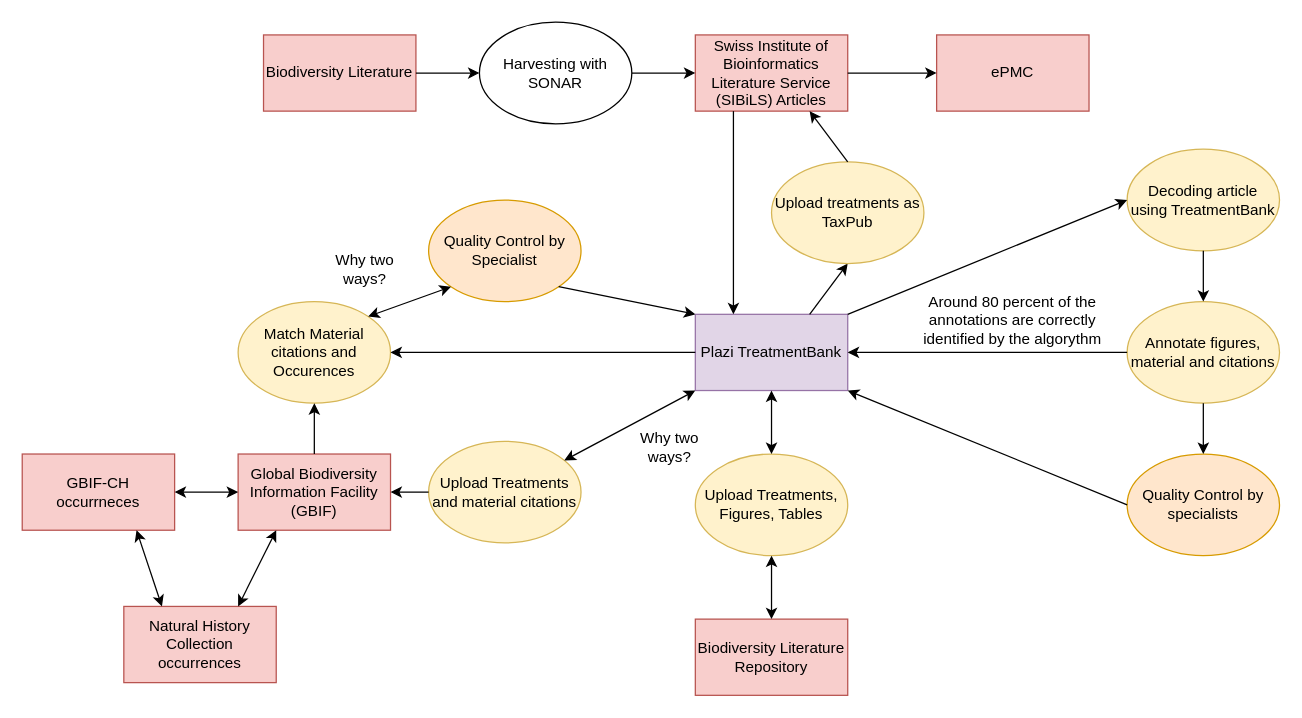
Above: Untitled Diagram.drawio in Sandervdbogaert/Sandervdbogaert (draw.io), before the change. Source tidied: cells renumbered, new cells numbered last; positions are measured from the earlier drawing's top-left corner, leaving out a move shared by most shapes. Both pictures are drawn from the tidied source at 127%, with x=0, y=0 at pixel (22, 22).
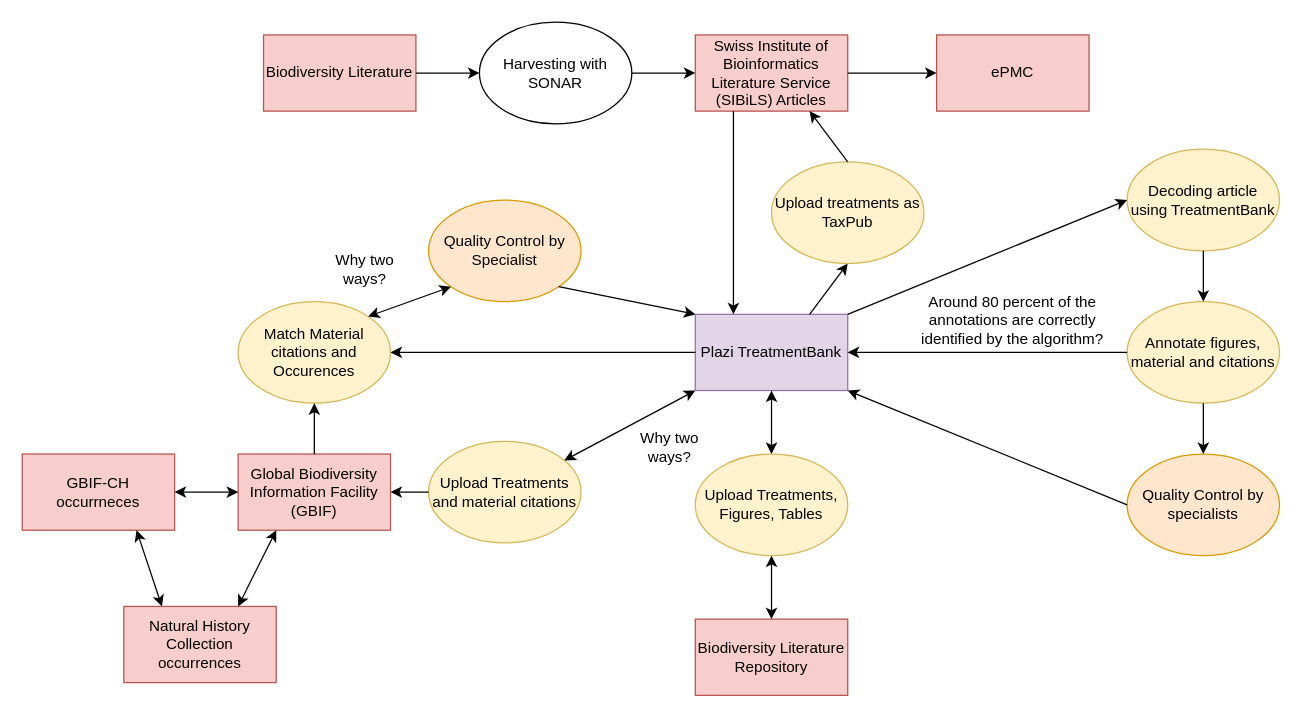
Above is the later version.

The edit, as a diff of the source:
```diff
@@
-    <mxCell id="17" value="Around 80 percent of the annotations are correctly identified by the algorythm" style="text;html=1;strokeColor=none;fillColor=none;align=center;verticalAlign=middle;whiteSpace=wrap;rounded=0;sketch=0;" parent="1" vertex="1">
+    <mxCell id="17" value="&lt;div&gt;Around 80 percent of the annotations are correctly identified by the algorithm?&lt;/div&gt;" style="text;html=1;strokeColor=none;fillColor=none;align=center;verticalAlign=middle;whiteSpace=wrap;rounded=0;sketch=0;" parent="1" vertex="1">
       <mxGeometry x="700" y="220" width="160" height="30" as="geometry" />
     </mxCell>
```
